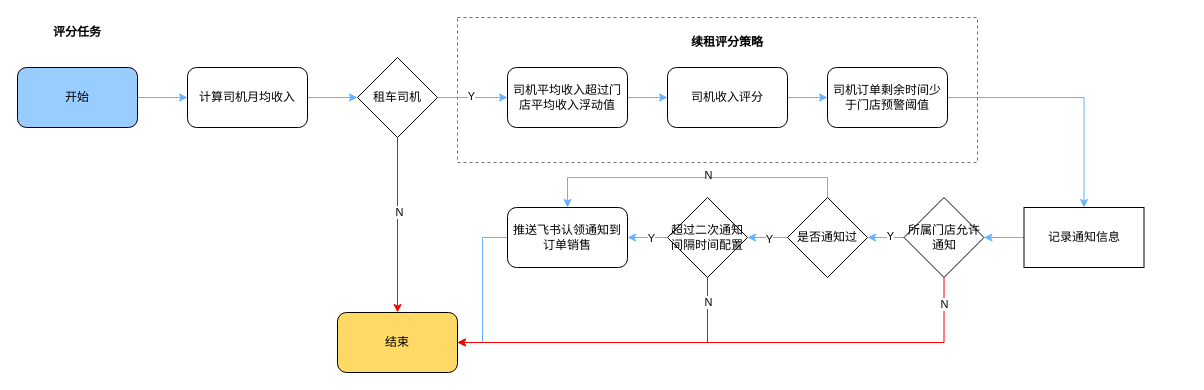
YouAnCao/doc keeps this draw.io diagram as 续租探索.drawio. Above is the earlier version. Source tidied: cells renumbered, new cells numbered last; positions are measured from the earlier drawing's top-left corner, leaving out a move shared by most shapes. Both pictures are drawn from the tidied source at 100%, with x=0, y=0 at pixel (17, 17).
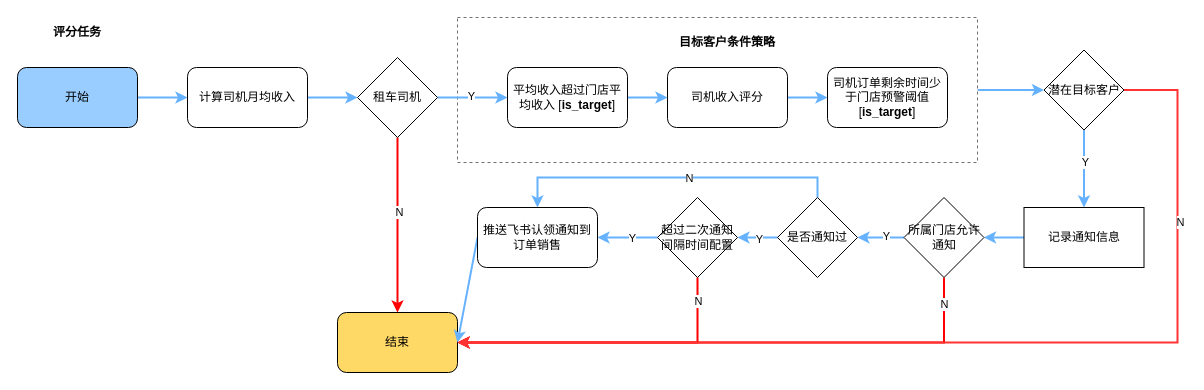
After the change.

Commit message:
更新续租探索.drawio

The change refers to these unchanged cells:
```xml
<mxCell id="2" style="rounded=0;whiteSpace=wrap;html=1;dashed=1;strokeColor=#707070;" parent="1" vertex="1">
  <mxGeometry x="440" width="520" height="145" as="geometry" />
</mxCell>
<mxCell id="4" value="开始" style="rounded=1;whiteSpace=wrap;html=1;fillColor=#99CCFF;" parent="1" vertex="1">
  <mxGeometry y="50" width="120" height="60" as="geometry" />
</mxCell>
<mxCell id="6" value="计算司机月均收入" style="rounded=1;whiteSpace=wrap;html=1;" parent="1" vertex="1">
  <mxGeometry x="170" y="50" width="120" height="60" as="geometry" />
</mxCell>
<mxCell id="11" value="租车司机" style="rhombus;whiteSpace=wrap;html=1;" parent="1" vertex="1">
  <mxGeometry x="340" y="40" width="80" height="80" as="geometry" />
</mxCell>
<mxCell id="12" value="结束" style="rounded=1;whiteSpace=wrap;html=1;fillColor=#FFD966;" parent="1" vertex="1">
  <mxGeometry x="320" y="295" width="120" height="60" as="geometry" />
</mxCell>
<mxCell id="15" value="司机收入评分" style="rounded=1;whiteSpace=wrap;html=1;" parent="1" vertex="1">
  <mxGeometry x="650" y="50" width="120" height="60" as="geometry" />
</mxCell>
<mxCell id="34" value="记录通知信息" style="whiteSpace=wrap;html=1;" parent="1" vertex="1">
  <mxGeometry x="1006.5" y="190" width="120" height="60" as="geometry" />
</mxCell>
<mxCell id="39" value="所属门店允许通知" style="rhombus;whiteSpace=wrap;html=1;" parent="1" vertex="1">
  <mxGeometry x="886.5" y="180" width="80" height="80" as="geometry" />
</mxCell>
```

Diff of the diagram source:
```diff
@@
+    <mxCell id="40" style="edgeStyle=orthogonalEdgeStyle;rounded=0;jettySize=auto;html=1;exitX=1;exitY=0.5;exitDx=0;exitDy=0;entryX=0;entryY=0.5;entryDx=0;entryDy=0;strokeColor=#66B2FF;shadow=0;strokeWidth=2;" parent="1" edge="1" source="2" target="45">
+      <mxGeometry relative="1" as="geometry" />
+    </mxCell>
@@
-    <mxCell id="3" style="edgeStyle=orthogonalEdgeStyle;rounded=0;jettySize=auto;html=1;exitX=1;exitY=0.5;exitDx=0;exitDy=0;entryX=0;entryY=0.5;entryDx=0;entryDy=0;strokeColor=#66B2FF;" parent="1" edge="1" source="4" target="6">
+    <mxCell id="3" style="edgeStyle=orthogonalEdgeStyle;rounded=0;jettySize=auto;html=1;exitX=1;exitY=0.5;exitDx=0;exitDy=0;entryX=0;entryY=0.5;entryDx=0;entryDy=0;strokeColor=#66B2FF;shadow=0;strokeWidth=2;" parent="1" edge="1" source="4" target="6">
       <mxGeometry relative="1" as="geometry" />
     </mxCell>
@@
-    <mxCell id="5" style="edgeStyle=orthogonalEdgeStyle;rounded=0;jettySize=auto;html=1;exitX=1;exitY=0.5;exitDx=0;exitDy=0;entryX=0;entryY=0.5;entryDx=0;entryDy=0;strokeColor=#66B2FF;" parent="1" edge="1" source="6" target="11">
+    <mxCell id="5" style="edgeStyle=orthogonalEdgeStyle;rounded=0;jettySize=auto;html=1;exitX=1;exitY=0.5;exitDx=0;exitDy=0;entryX=0;entryY=0.5;entryDx=0;entryDy=0;strokeColor=#66B2FF;shadow=0;strokeWidth=2;" parent="1" edge="1" source="6" target="11">
       <mxGeometry relative="1" as="geometry" />
     </mxCell>
@@
-    <mxCell id="7" style="edgeStyle=orthogonalEdgeStyle;rounded=0;jettySize=auto;html=1;exitX=1;exitY=0.5;exitDx=0;exitDy=0;entryX=0;entryY=0.5;entryDx=0;entryDy=0;strokeColor=#66B2FF;" parent="1" edge="1" source="11" target="17">
+    <mxCell id="7" style="edgeStyle=orthogonalEdgeStyle;rounded=0;jettySize=auto;html=1;exitX=1;exitY=0.5;exitDx=0;exitDy=0;entryX=0;entryY=0.5;entryDx=0;entryDy=0;strokeColor=#66B2FF;shadow=0;strokeWidth=2;" parent="1" edge="1" source="11" target="17">
       <mxGeometry relative="1" as="geometry" />
     </mxCell>
@@
-    <mxCell id="9" style="edgeStyle=orthogonalEdgeStyle;rounded=0;jettySize=auto;html=1;exitX=0.5;exitY=1;exitDx=0;exitDy=0;strokeColor=#FF0000;" parent="1" edge="1" source="11" target="12">
+    <mxCell id="9" style="edgeStyle=orthogonalEdgeStyle;rounded=0;jettySize=auto;html=1;exitX=0.5;exitY=1;exitDx=0;exitDy=0;strokeColor=#FF0000;strokeWidth=2;" parent="1" edge="1" source="11" target="12">
       <mxGeometry relative="1" as="geometry" />
     </mxCell>
@@
-    <mxCell id="13" value="&lt;b&gt;续租评分策略&lt;/b&gt;" style="text;html=1;strokeColor=none;fillColor=none;align=center;verticalAlign=middle;whiteSpace=wrap;rounded=0;" parent="1" vertex="1">
+    <mxCell id="13" value="&lt;b&gt;目标客户条件策略&lt;/b&gt;" style="text;html=1;strokeColor=none;fillColor=none;align=center;verticalAlign=middle;whiteSpace=wrap;rounded=0;" parent="1" vertex="1">
       <mxGeometry x="650" y="10" width="120" height="30" as="geometry" />
     </mxCell>
-    <mxCell id="14" style="edgeStyle=orthogonalEdgeStyle;rounded=0;jettySize=auto;html=1;exitX=1;exitY=0.5;exitDx=0;exitDy=0;entryX=0;entryY=0.5;entryDx=0;entryDy=0;strokeColor=#66B2FF;" parent="1" edge="1" source="15" target="19">
+    <mxCell id="14" style="edgeStyle=orthogonalEdgeStyle;rounded=0;jettySize=auto;html=1;exitX=1;exitY=0.5;exitDx=0;exitDy=0;entryX=0;entryY=0.5;entryDx=0;entryDy=0;strokeColor=#66B2FF;shadow=0;strokeWidth=2;" parent="1" edge="1" source="15" target="19">
       <mxGeometry relative="1" as="geometry" />
     </mxCell>
@@
-    <mxCell id="16" style="edgeStyle=orthogonalEdgeStyle;rounded=0;jettySize=auto;html=1;exitX=1;exitY=0.5;exitDx=0;exitDy=0;entryX=0;entryY=0.5;entryDx=0;entryDy=0;strokeColor=#66B2FF;" parent="1" edge="1" source="17" target="15">
+    <mxCell id="16" style="edgeStyle=orthogonalEdgeStyle;rounded=0;jettySize=auto;html=1;exitX=1;exitY=0.5;exitDx=0;exitDy=0;entryX=0;entryY=0.5;entryDx=0;entryDy=0;strokeColor=#66B2FF;shadow=0;strokeWidth=2;" parent="1" edge="1" source="17" target="15">
       <mxGeometry relative="1" as="geometry" />
     </mxCell>
-    <mxCell id="17" value="司机平均收入超过门店平均收入浮动值" style="rounded=1;whiteSpace=wrap;html=1;" parent="1" vertex="1">
+    <mxCell id="17" value="平均收入超过门店平均收入 [&lt;b&gt;is_target&lt;/b&gt;]" style="rounded=1;whiteSpace=wrap;html=1;" parent="1" vertex="1">
       <mxGeometry x="490" y="50" width="120" height="60" as="geometry" />
     </mxCell>
-    <mxCell id="18" style="edgeStyle=orthogonalEdgeStyle;rounded=0;jettySize=auto;html=1;exitX=1;exitY=0.5;exitDx=0;exitDy=0;entryX=0.5;entryY=0;entryDx=0;entryDy=0;strokeColor=#66B2FF;" parent="1" edge="1" source="19" target="34">
-      <mxGeometry relative="1" as="geometry" />
-    </mxCell>
-    <mxCell id="19" value="司机订单剩余时间少于门店预警阈值" style="rounded=1;whiteSpace=wrap;html=1;" parent="1" vertex="1">
+    <mxCell id="19" value="司机订单剩余时间少于门店预警阈值&lt;br&gt;[&lt;b&gt;is_target&lt;/b&gt;]" style="rounded=1;whiteSpace=wrap;html=1;" parent="1" vertex="1">
       <mxGeometry x="810" y="50" width="120" height="60" as="geometry" />
     </mxCell>
@@
-    <mxCell id="21" style="edgeStyle=orthogonalEdgeStyle;rounded=0;jettySize=auto;html=1;exitX=0;exitY=0.5;exitDx=0;exitDy=0;strokeColor=#66B2FF;" parent="1" edge="1" source="25" target="30">
+    <mxCell id="21" style="edgeStyle=orthogonalEdgeStyle;rounded=0;jettySize=auto;html=1;exitX=0;exitY=0.5;exitDx=0;exitDy=0;strokeColor=#66B2FF;shadow=0;strokeWidth=2;" parent="1" edge="1" source="25" target="30">
       <mxGeometry relative="1" as="geometry" />
     </mxCell>
@@
-    <mxCell id="23" style="edgeStyle=orthogonalEdgeStyle;rounded=0;jettySize=auto;html=1;exitX=0.5;exitY=0;exitDx=0;exitDy=0;entryX=0.5;entryY=0;entryDx=0;entryDy=0;strokeColor=#66B2FF;" parent="1" edge="1" source="25" target="32">
+    <mxCell id="23" style="edgeStyle=orthogonalEdgeStyle;rounded=0;jettySize=auto;html=1;exitX=0.5;exitY=0;exitDx=0;exitDy=0;entryX=0.5;entryY=0;entryDx=0;entryDy=0;strokeColor=#66B2FF;shadow=0;strokeWidth=2;" parent="1" edge="1" source="25" target="32">
       <mxGeometry relative="1" as="geometry" />
     </mxCell>
     <mxCell id="24" value="N" style="edgeLabel;html=1;align=center;verticalAlign=middle;" parent="23" vertex="1">
       <mxGeometry x="-0.08" y="-3" relative="1" as="geometry">
-        <mxPoint x="3" as="offset" />
+        <mxPoint x="3" y="3" as="offset" />
       </mxGeometry>
     </mxCell>
     <mxCell id="25" value="是否通知过" style="rhombus;whiteSpace=wrap;html=1;" parent="1" vertex="1">
-      <mxGeometry x="770" y="180" width="80" height="80" as="geometry" />
+      <mxGeometry x="760" y="180" width="80" height="80" as="geometry" />
     </mxCell>
-    <mxCell id="26" style="edgeStyle=orthogonalEdgeStyle;rounded=0;jettySize=auto;html=1;exitX=0;exitY=0.5;exitDx=0;exitDy=0;entryX=1;entryY=0.5;entryDx=0;entryDy=0;strokeColor=#66B2FF;" parent="1" edge="1" source="30" target="32">
+    <mxCell id="26" style="edgeStyle=orthogonalEdgeStyle;rounded=0;jettySize=auto;html=1;exitX=0;exitY=0.5;exitDx=0;exitDy=0;entryX=1;entryY=0.5;entryDx=0;entryDy=0;strokeColor=#66B2FF;shadow=0;strokeWidth=2;" parent="1" edge="1" source="30" target="32">
       <mxGeometry relative="1" as="geometry" />
     </mxCell>
@@
-    <mxCell id="28" style="edgeStyle=orthogonalEdgeStyle;rounded=0;jettySize=auto;html=1;exitX=0.5;exitY=1;exitDx=0;exitDy=0;entryX=1;entryY=0.5;entryDx=0;entryDy=0;strokeColor=#FF0000;" parent="1" edge="1" source="30" target="12">
+    <mxCell id="28" style="edgeStyle=orthogonalEdgeStyle;rounded=0;jettySize=auto;html=1;exitX=0.5;exitY=1;exitDx=0;exitDy=0;entryX=1;entryY=0.5;entryDx=0;entryDy=0;strokeColor=#FF0000;strokeWidth=2;" parent="1" edge="1" source="30" target="12">
       <mxGeometry relative="1" as="geometry" />
     </mxCell>
@@
     <mxCell id="30" value="超过二次通知间隔时间配置" style="rhombus;whiteSpace=wrap;html=1;" parent="1" vertex="1">
-      <mxGeometry x="650" y="180" width="80" height="80" as="geometry" />
+      <mxGeometry x="640" y="180" width="80" height="80" as="geometry" />
     </mxCell>
-    <mxCell id="31" style="edgeStyle=orthogonalEdgeStyle;rounded=0;jettySize=auto;html=1;exitX=0;exitY=0.5;exitDx=0;exitDy=0;entryX=1;entryY=0.5;entryDx=0;entryDy=0;strokeColor=#66B2FF;" parent="1" edge="1" source="32" target="12">
+    <mxCell id="31" style="rounded=0;jettySize=auto;html=1;exitX=0;exitY=0.5;exitDx=0;exitDy=0;entryX=1;entryY=0.5;entryDx=0;entryDy=0;strokeColor=#66B2FF;shadow=0;strokeWidth=2;" parent="1" edge="1" source="32" target="12">
       <mxGeometry relative="1" as="geometry" />
     </mxCell>
     <mxCell id="32" value="推送飞书认领通知到订单销售" style="rounded=1;whiteSpace=wrap;html=1;" parent="1" vertex="1">
-      <mxGeometry x="490" y="190" width="120" height="60" as="geometry" />
+      <mxGeometry x="460" y="190" width="120" height="60" as="geometry" />
     </mxCell>
-    <mxCell id="33" style="edgeStyle=orthogonalEdgeStyle;rounded=0;jettySize=auto;html=1;exitX=0;exitY=0.5;exitDx=0;exitDy=0;entryX=1;entryY=0.5;entryDx=0;entryDy=0;strokeColor=#66B2FF;" parent="1" edge="1" source="34" target="39">
+    <mxCell id="33" style="edgeStyle=orthogonalEdgeStyle;rounded=0;jettySize=auto;html=1;exitX=0;exitY=0.5;exitDx=0;exitDy=0;entryX=1;entryY=0.5;entryDx=0;entryDy=0;strokeColor=#66B2FF;shadow=0;strokeWidth=2;" parent="1" edge="1" source="34" target="39">
       <mxGeometry relative="1" as="geometry" />
     </mxCell>
@@
-    <mxCell id="35" style="edgeStyle=orthogonalEdgeStyle;rounded=0;jettySize=auto;html=1;exitX=0;exitY=0.5;exitDx=0;exitDy=0;entryX=1;entryY=0.5;entryDx=0;entryDy=0;strokeColor=#66B2FF;" parent="1" edge="1" source="39" target="25">
+    <mxCell id="35" style="edgeStyle=orthogonalEdgeStyle;rounded=0;jettySize=auto;html=1;exitX=0;exitY=0.5;exitDx=0;exitDy=0;entryX=1;entryY=0.5;entryDx=0;entryDy=0;strokeColor=#66B2FF;shadow=0;strokeWidth=2;" parent="1" edge="1" source="39" target="25">
       <mxGeometry relative="1" as="geometry" />
     </mxCell>
@@
-    <mxCell id="37" style="edgeStyle=orthogonalEdgeStyle;rounded=0;jettySize=auto;html=1;exitX=0.5;exitY=1;exitDx=0;exitDy=0;entryX=1;entryY=0.5;entryDx=0;entryDy=0;strokeColor=#FF0000;" parent="1" edge="1" source="39" target="12">
+    <mxCell id="37" style="edgeStyle=orthogonalEdgeStyle;rounded=0;jettySize=auto;html=1;exitX=0.5;exitY=1;exitDx=0;exitDy=0;entryX=1;entryY=0.5;entryDx=0;entryDy=0;strokeColor=#FF0000;strokeWidth=2;" parent="1" edge="1" source="39" target="12">
       <mxGeometry relative="1" as="geometry" />
     </mxCell>
@@
+    <mxCell id="41" style="edgeStyle=orthogonalEdgeStyle;rounded=0;jettySize=auto;html=1;exitX=0.5;exitY=1;exitDx=0;exitDy=0;entryX=0.5;entryY=0;entryDx=0;entryDy=0;strokeColor=#66B2FF;strokeWidth=2;" parent="1" edge="1" source="45" target="34">
+      <mxGeometry relative="1" as="geometry" />
+    </mxCell>
+    <mxCell id="42" value="Y" style="edgeLabel;html=1;align=center;verticalAlign=middle;" parent="41" vertex="1">
+      <mxGeometry x="-0.19" y="1" relative="1" as="geometry">
+        <mxPoint y="1" as="offset" />
+      </mxGeometry>
+    </mxCell>
+    <mxCell id="43" style="edgeStyle=orthogonalEdgeStyle;rounded=0;jettySize=auto;html=1;exitX=1;exitY=0.5;exitDx=0;exitDy=0;entryX=1;entryY=0.5;entryDx=0;entryDy=0;strokeColor=#FF3333;strokeWidth=2;" parent="1" edge="1" source="45" target="12">
+      <mxGeometry relative="1" as="geometry">
+        <Array as="points">
+          <mxPoint x="1160" y="73" />
+          <mxPoint x="1160" y="325" />
+        </Array>
+      </mxGeometry>
+    </mxCell>
+    <mxCell id="44" value="N" style="edgeLabel;html=1;align=center;verticalAlign=middle;" parent="43" vertex="1">
+      <mxGeometry x="-0.64" y="2" relative="1" as="geometry" />
+    </mxCell>
+    <mxCell id="45" value="潜在目标客户" style="rhombus;whiteSpace=wrap;html=1;" parent="1" vertex="1">
+      <mxGeometry x="1026.5" y="32.5" width="80" height="80" as="geometry" />
+    </mxCell>
```
